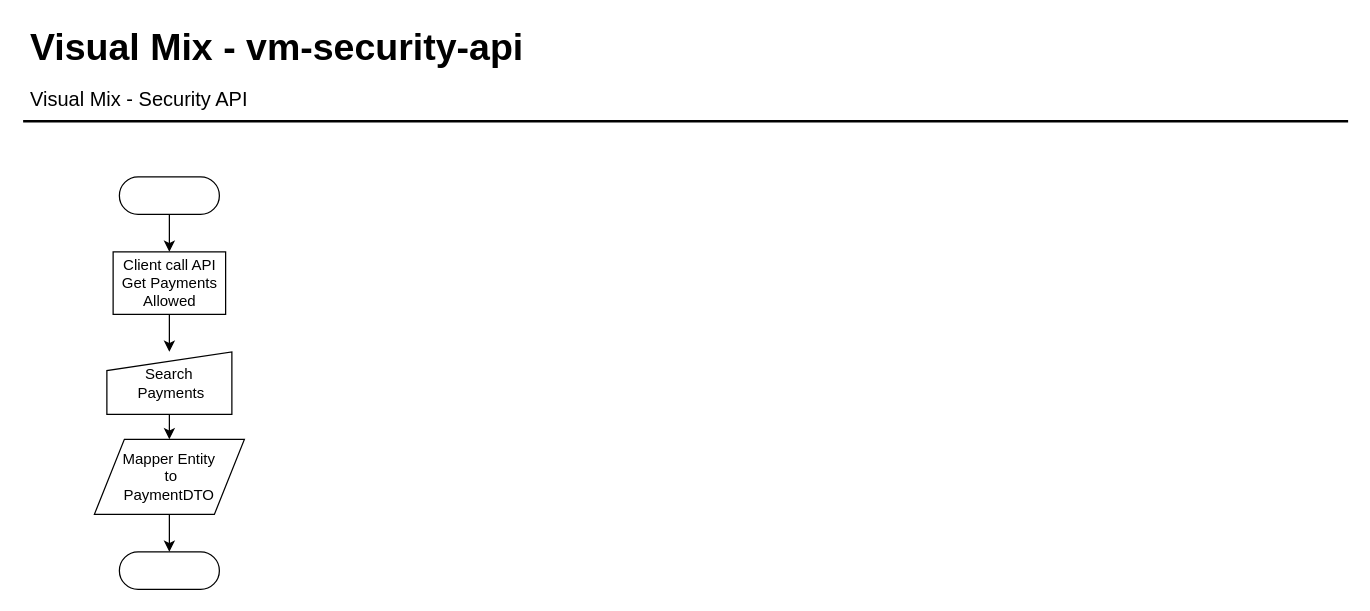
This is page "Interaction" (2 of 4) of vm-security.drawio from Wiu0/diagram, a draw.io file, before an edit. Source tidied: cells renumbered, new cells numbered last; positions are measured from the earlier drawing's top-left corner, leaving out a move shared by most shapes. Both pictures are drawn from the tidied source at 125%, with x=0, y=0 at pixel (22, 21).
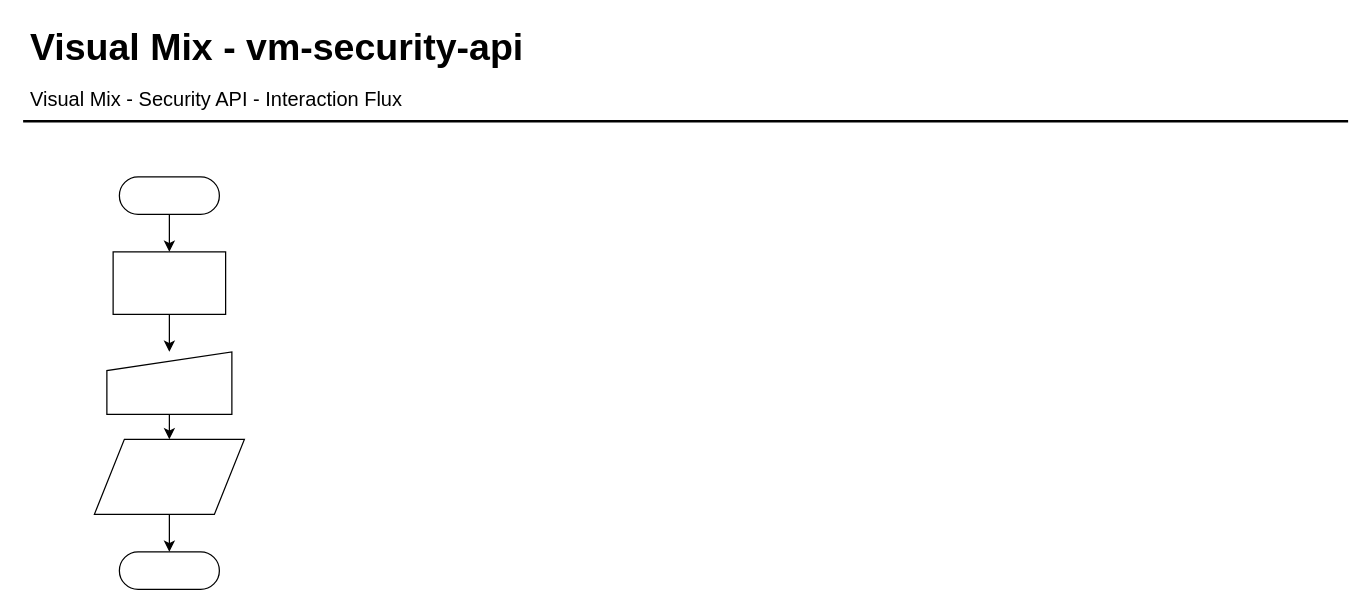
The same diagram, later.

Change to the diagram source:
```diff
@@
 <mxGraphModel>
   <root>
     <mxCell id="0" />
     <mxCell id="1" parent="0" />
     <mxCell id="2" style="edgeStyle=orthogonalEdgeStyle;rounded=0;jettySize=auto;html=1;exitX=0.5;exitY=0.5;exitDx=0;exitDy=15;exitPerimeter=0;entryX=0.5;entryY=0;entryDx=0;entryDy=0;" parent="1" edge="1" source="3" target="5">
       <mxGeometry relative="1" as="geometry" />
     </mxCell>
     <mxCell id="3" style="html=1;dashed=0;whitespace=wrap;shape=mxgraph.dfd.start;" parent="1" vertex="1">
       <mxGeometry x="77" y="124" width="80" height="30" as="geometry" />
     </mxCell>
     <mxCell id="4" style="edgeStyle=orthogonalEdgeStyle;rounded=0;jettySize=auto;html=1;exitX=0.5;exitY=1;exitDx=0;exitDy=0;" parent="1" edge="1" source="5" target="7">
       <mxGeometry relative="1" as="geometry" />
     </mxCell>
-    <mxCell id="5" value="Client call API&lt;br&gt;Get Payments &lt;br&gt;Allowed" style="html=1;dashed=0;whitespace=wrap;" parent="1" vertex="1">
+    <mxCell id="5" style="html=1;dashed=0;whitespace=wrap;" parent="1" vertex="1">
       <mxGeometry x="72" y="184" width="90" height="50" as="geometry" />
     </mxCell>
     <mxCell id="6" style="edgeStyle=orthogonalEdgeStyle;rounded=0;jettySize=auto;html=1;exitX=0.5;exitY=1;exitDx=0;exitDy=0;entryX=0.5;entryY=0;entryDx=0;entryDy=0;" parent="1" edge="1" source="7" target="9">
       <mxGeometry relative="1" as="geometry" />
     </mxCell>
-    <mxCell id="7" value="Search &amp;nbsp;Payments" style="shape=manualInput;whiteSpace=wrap;html=1;dashed=0;size=15;" parent="1" vertex="1">
+    <mxCell id="7" style="shape=manualInput;whiteSpace=wrap;html=1;dashed=0;size=15;" parent="1" vertex="1">
       <mxGeometry x="67" y="264" width="100" height="50" as="geometry" />
     </mxCell>
     <mxCell id="8" style="edgeStyle=orthogonalEdgeStyle;rounded=0;jettySize=auto;html=1;exitX=0.5;exitY=1;exitDx=0;exitDy=0;entryX=0.5;entryY=0.5;entryDx=0;entryDy=-15;entryPerimeter=0;" parent="1" edge="1" source="9" target="10">
       <mxGeometry relative="1" as="geometry" />
     </mxCell>
-    <mxCell id="9" value="Mapper Entity&lt;br&gt;&amp;nbsp;to &lt;br&gt;PaymentDTO" style="shape=parallelogram;perimeter=parallelogramPerimeter;whiteSpace=wrap;html=1;dashed=0;" parent="1" vertex="1">
+    <mxCell id="9" style="shape=parallelogram;perimeter=parallelogramPerimeter;whiteSpace=wrap;html=1;dashed=0;" parent="1" vertex="1">
       <mxGeometry x="57" y="334" width="120" height="60" as="geometry" />
     </mxCell>
     <mxCell id="10" style="html=1;dashed=0;whitespace=wrap;shape=mxgraph.dfd.start;" parent="1" vertex="1">
       <mxGeometry x="77" y="424" width="80" height="30" as="geometry" />
     </mxCell>
     <mxCell id="11" style="group;" parent="1" vertex="1">
       <mxGeometry y="-0.5" width="1060" height="85" as="geometry" />
     </mxCell>
     <mxCell id="12" value="Visual Mix - vm-security-api" style="text;html=1;align=left;verticalAlign=top;spacingTop=-4;fontSize=30;fontStyle=1;" parent="11" vertex="1">
       <mxGeometry x="4" width="410" height="40" as="geometry" />
     </mxCell>
-    <mxCell id="13" value="Visual Mix - Security API" style="text;html=1;align=left;verticalAlign=top;spacingTop=-4;fontSize=16;" parent="11" vertex="1">
-      <mxGeometry x="4" y="50" width="190" height="20" as="geometry" />
+    <mxCell id="13" value="Visual Mix - Security API - Interaction Flux" style="text;html=1;align=left;verticalAlign=top;spacingTop=-4;fontSize=16;" parent="11" vertex="1">
+      <mxGeometry x="4" y="50" width="310" height="20" as="geometry" />
     </mxCell>
     <mxCell id="14" style="line;strokeWidth=2;html=1;fontSize=14;" parent="11" vertex="1">
       <mxGeometry y="75" width="1060" height="10" as="geometry" />
     </mxCell>
   </root>
 </mxGraphModel>
```
